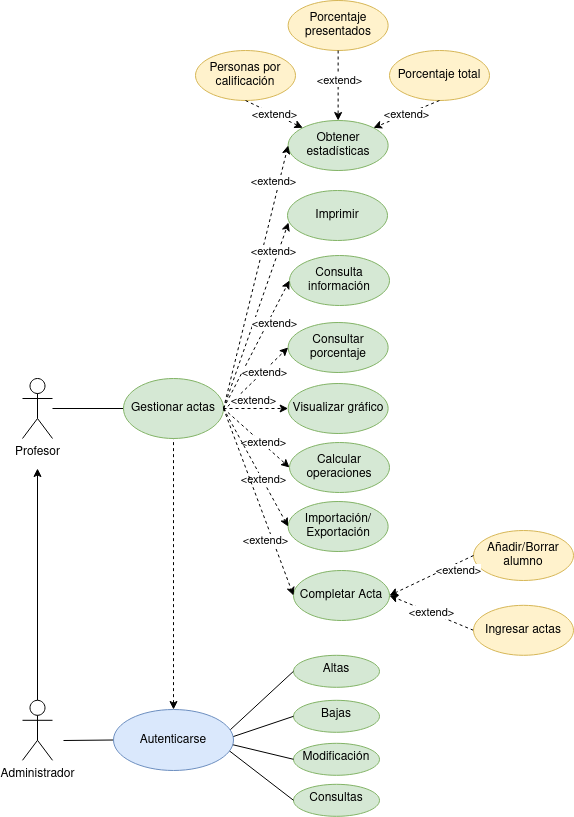
The draw.io diagram Tareas/casosUso/Tarea6-Gestión Profesores/img/GestionProfesores.drawio.png in colidom/ets, before a commit. Source tidied: cells renumbered, new cells last; positions are measured from the earlier drawing's top-left corner, leaving out a move shared by most shapes.
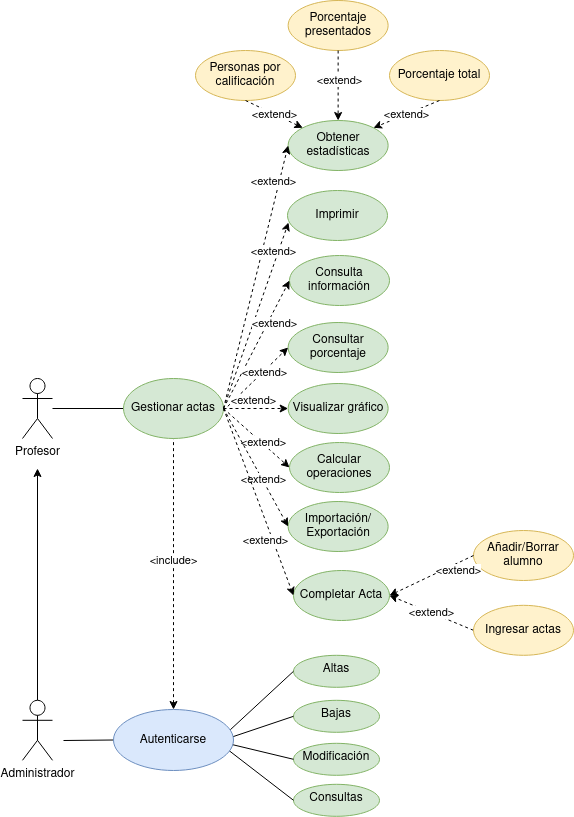
After the change.

What changed in the source:
```diff
@@ -31,6 +31,11 @@
     <mxCell id="10" style="edgeStyle=orthogonalEdgeStyle;rounded=0;jettySize=auto;html=1;endArrow=none;endFill=0;dashed=1;startArrow=classic;startFill=1;" parent="1" edge="1" source="53" target="35">
       <mxGeometry relative="1" as="geometry" />
     </mxCell>
+    <mxCell id="54" value="&amp;lt;include&amp;gt;" style="edgeLabel;html=1;align=center;verticalAlign=middle;" parent="10" vertex="1">
+      <mxGeometry x="-0.15" y="2" relative="1" as="geometry">
+        <mxPoint x="2" y="-34" as="offset" />
+      </mxGeometry>
+    </mxCell>
     <mxCell id="11" value="Consulta información" style="ellipse;whiteSpace=wrap;html=1;fillColor=#d5e8d4;strokeColor=#82b366;" parent="1" vertex="1">
       <mxGeometry x="267" y="255" width="100" height="50" as="geometry" />
     </mxCell>
```
